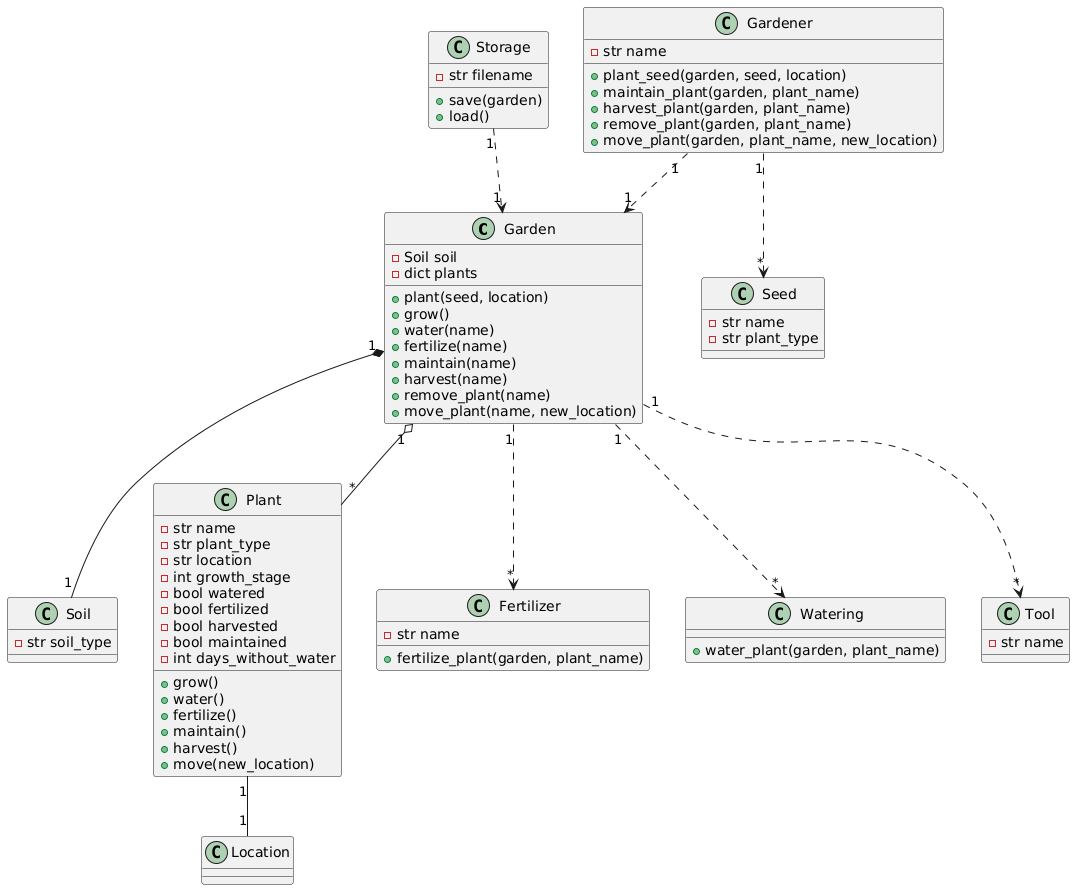
This is garden/class_diagram.png from W1TAS/PPOIS, a PlantUML export, as it was before one commit.
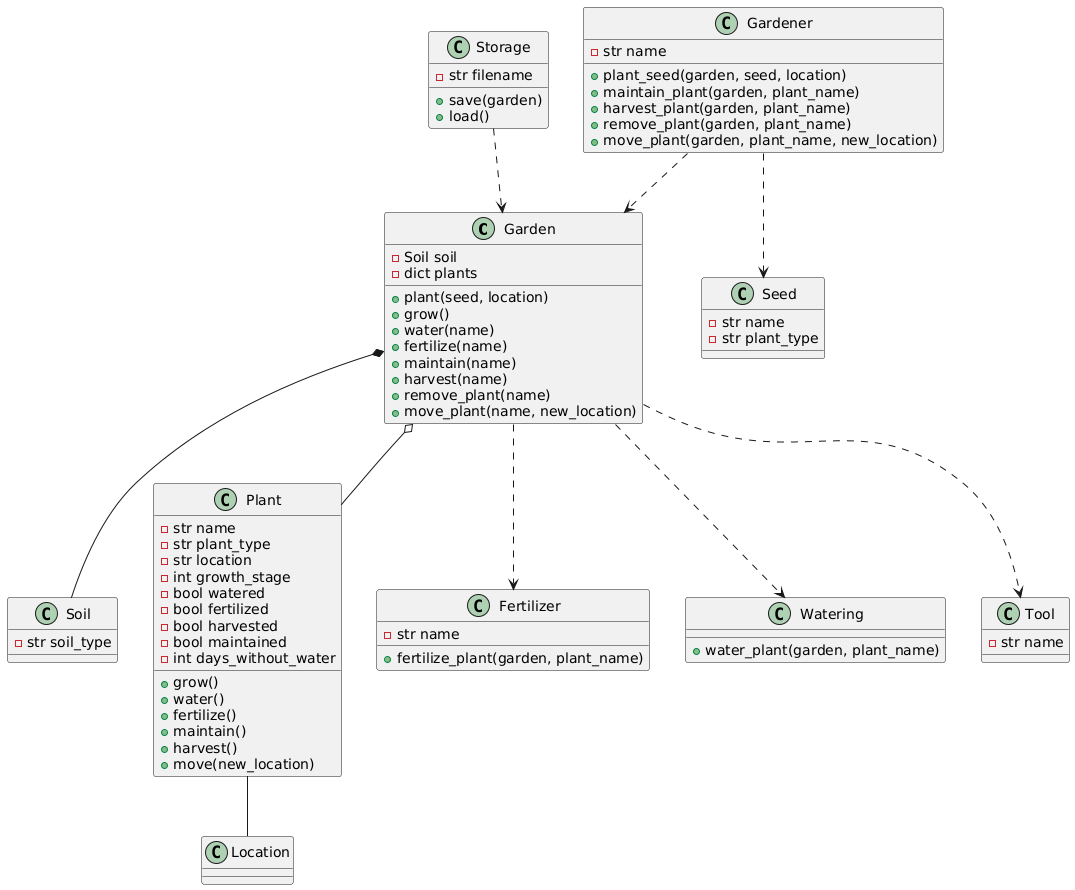
After the commit.

What changed in the source:
```diff
@@ -67,13 +67,13 @@
     + load()
 }
 
-Garden "1" *-- "1" Soil
-Garden "1" o-- "*" Plant
-Plant "1" -- "1" Location
-Garden "1" ..> "*" Fertilizer
-Garden "1" ..> "*" Watering
-Garden "1" ..> "*" Tool
-Storage "1" ..> "1" Garden
-Gardener "1" ..> "1" Garden
-Gardener "1" ..> "*" Seed
+Garden  *--  Soil
+Garden  o--  Plant
+Plant  --  Location
+Garden  ..>  Fertilizer
+Garden  ..>  Watering
+Garden  ..>  Tool
+Storage  ..>  Garden
+Gardener  ..>  Garden
+Gardener  ..>  Seed
 @enduml
```
